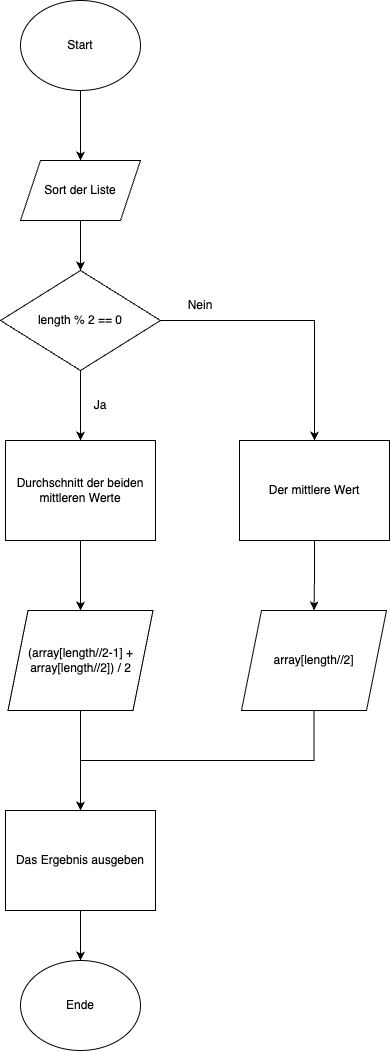
Before: bilder/Median.png, a diagram exported from draw.io (antoniiAdamovych/python-projekt). Source tidied: cells renumbered, new cells last; positions are measured from the earlier drawing's top-left corner, leaving out a move shared by most shapes.
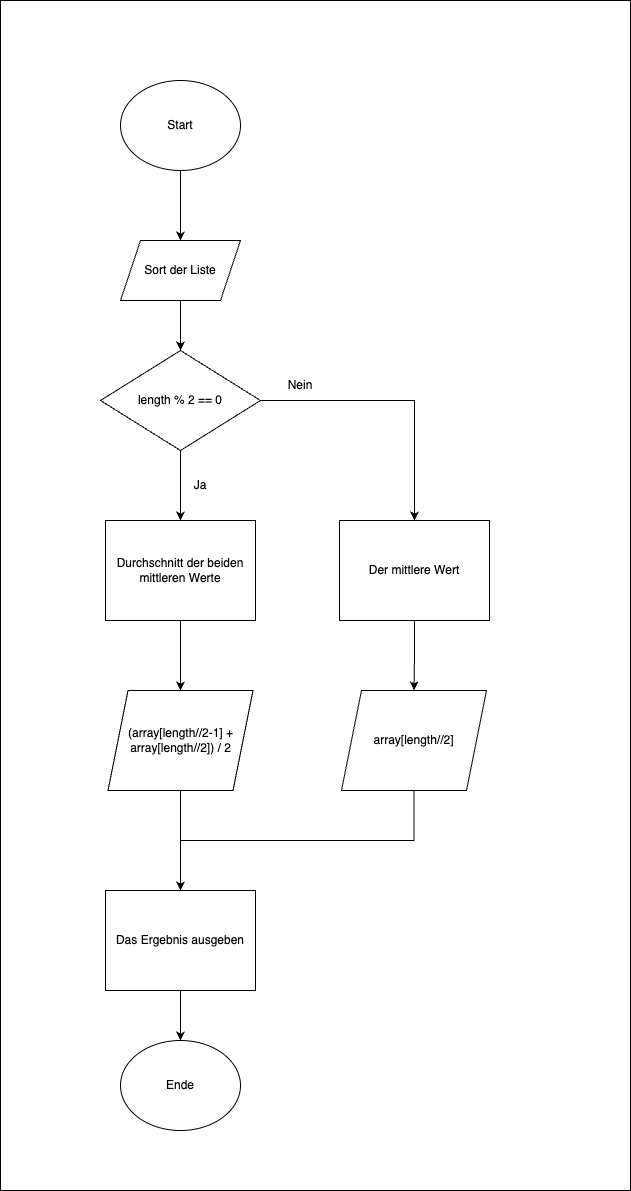
The same diagram one commit later.

Diff of the diagram source:
```diff
@@ -2,6 +2,9 @@
   <root>
     <mxCell id="0" />
     <mxCell id="1" parent="0" />
+    <mxCell id="23" style="rounded=0;whiteSpace=wrap;html=1;" parent="1" vertex="1">
+      <mxGeometry x="-100" y="-80" width="630" height="1190" as="geometry" />
+    </mxCell>
     <mxCell id="2" style="edgeStyle=orthogonalEdgeStyle;rounded=0;jettySize=auto;html=1;entryX=0.5;entryY=0;entryDx=0;entryDy=0;" parent="1" edge="1" source="3" target="5">
       <mxGeometry relative="1" as="geometry" />
     </mxCell>
```
